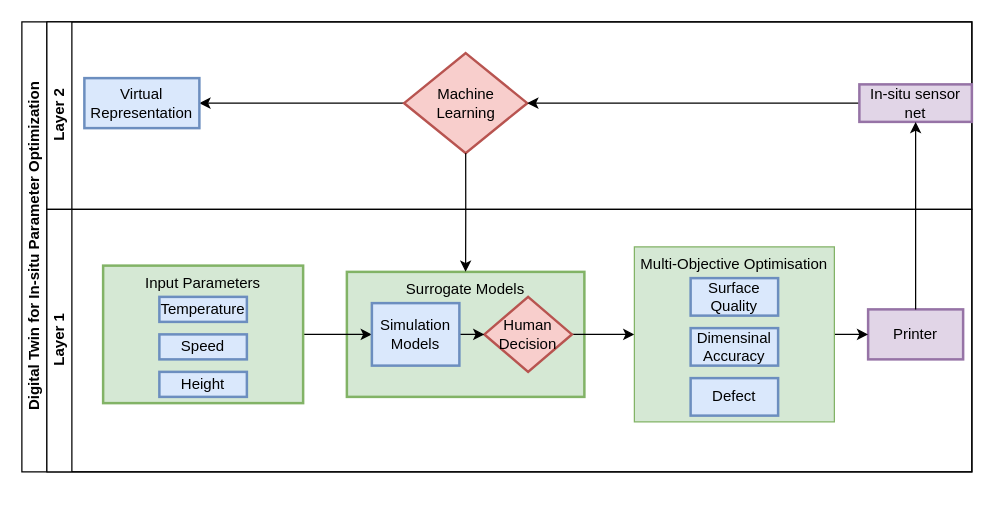
KexinYin-in-UK/In-situ-parameter-optimization keeps this draw.io diagram as 未命名绘图.drawio. Above is the earlier version. Source tidied: cells renumbered, new cells numbered last; positions are measured from the earlier drawing's top-left corner, leaving out a move shared by most shapes. Both pictures are drawn from the tidied source at 125%, with x=0, y=0 at pixel (21, 21).
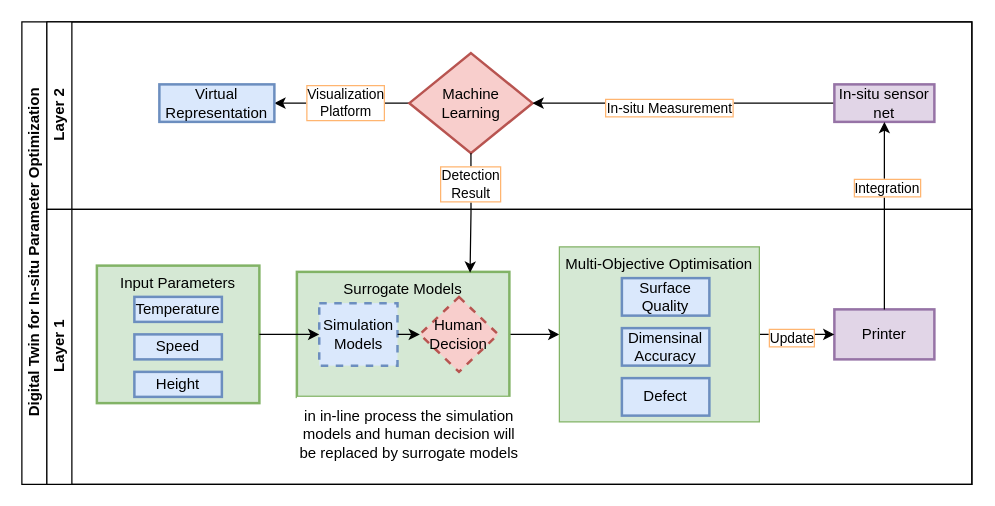
The same page after the edit.

Commit message:
未命名绘图.drawio

Unchanged cells that the change refers to:
```xml
<mxCell id="3" value="Layer 2" style="swimlane;html=1;startSize=20;horizontal=0;" parent="2" vertex="1">
  <mxGeometry x="20" width="740" height="150" as="geometry" />
</mxCell>
<mxCell id="4" style="edgeStyle=orthogonalEdgeStyle;rounded=0;jettySize=auto;html=1;" parent="3" edge="1" source="5" target="8">
  <mxGeometry relative="1" as="geometry" />
</mxCell>
<mxCell id="6" style="edgeStyle=orthogonalEdgeStyle;rounded=0;jettySize=auto;html=1;exitX=0;exitY=0.5;exitDx=0;exitDy=0;entryX=1;entryY=0.5;entryDx=0;entryDy=0;" parent="3" edge="1" source="7" target="5">
  <mxGeometry relative="1" as="geometry" />
</mxCell>
<mxCell id="26" style="edgeStyle=orthogonalEdgeStyle;rounded=0;jettySize=auto;html=1;exitX=0.5;exitY=0;exitDx=0;exitDy=0;entryX=0.5;entryY=1;entryDx=0;entryDy=0;" parent="2" edge="1" source="18" target="7">
  <mxGeometry relative="1" as="geometry" />
</mxCell>
```

Change to the diagram source:
```diff
@@
     <mxCell id="2" value="Digital Twin for In-situ Parameter Optimization" style="swimlane;html=1;horizontal=0;startSize=20;" parent="1" vertex="1">
-      <mxGeometry width="760" height="360" as="geometry" />
+      <mxGeometry width="760" height="370" as="geometry" />
     </mxCell>
@@
+    <mxCell id="28" value="Visualization&lt;br style=&quot;border-color: var(--border-color);&quot;&gt;Platform" style="edgeLabel;html=1;align=center;verticalAlign=middle;labelBorderColor=#FFB570;" parent="4" vertex="1">
+      <mxGeometry x="-0.04" y="-1" relative="1" as="geometry" />
+    </mxCell>
     <mxCell id="5" value="Machine&lt;br&gt;Learning" style="rhombus;whiteSpace=wrap;html=1;fontFamily=Helvetica;fontSize=12;align=center;fillColor=#f8cecc;strokeColor=#b85450;strokeWidth=2;" parent="3" vertex="1">
-      <mxGeometry x="285.8" y="25" width="98.5" height="80" as="geometry" />
+      <mxGeometry x="290" y="25" width="98.5" height="80" as="geometry" />
     </mxCell>
@@
+    <mxCell id="29" value="In-situ Measurement" style="edgeLabel;html=1;align=center;verticalAlign=middle;labelBorderColor=#FFB570;" parent="6" vertex="1">
+      <mxGeometry x="0.1" y="3" relative="1" as="geometry" />
+    </mxCell>
     <mxCell id="7" value="In-situ sensor net" style="rounded=0;whiteSpace=wrap;html=1;fillColor=#e1d5e7;strokeColor=#9673a6;strokeWidth=2;" parent="3" vertex="1">
-      <mxGeometry x="650" y="50" width="90" height="30" as="geometry" />
+      <mxGeometry x="630" y="50" width="80" height="30" as="geometry" />
     </mxCell>
     <mxCell id="8" value="Virtual&lt;br&gt;Representation" style="rounded=0;whiteSpace=wrap;html=1;fontFamily=Helvetica;fontSize=12;align=center;fillColor=#dae8fc;strokeColor=#6c8ebf;strokeWidth=2;" parent="3" vertex="1">
-      <mxGeometry x="30" y="45" width="92" height="40" as="geometry" />
+      <mxGeometry x="90" y="50" width="92" height="30" as="geometry" />
     </mxCell>
     <mxCell id="9" value="Layer 1" style="swimlane;html=1;startSize=20;horizontal=0;" parent="2" vertex="1">
-      <mxGeometry x="20" y="150" width="740" height="210" as="geometry" />
+      <mxGeometry x="20" y="150" width="740" height="220" as="geometry" />
     </mxCell>
-    <mxCell id="10" value="Surrogate Models" style="rounded=0;whiteSpace=wrap;html=1;verticalAlign=top;fillColor=#d5e8d4;strokeColor=#82b366;strokeWidth=2;" parent="9" vertex="1">
-      <mxGeometry x="240" y="50" width="190" height="100" as="geometry" />
-    </mxCell>
-    <mxCell id="11" style="edgeStyle=orthogonalEdgeStyle;rounded=0;jettySize=auto;html=1;exitX=1;exitY=0.5;exitDx=0;exitDy=0;entryX=0;entryY=0.5;entryDx=0;entryDy=0;" parent="9" edge="1" source="12" target="20">
-      <mxGeometry relative="1" as="geometry" />
-    </mxCell>
+    <mxCell id="13" style="edgeStyle=orthogonalEdgeStyle;rounded=0;jettySize=auto;html=1;exitX=1;exitY=0.5;exitDx=0;exitDy=0;entryX=0;entryY=0.5;entryDx=0;entryDy=0;" parent="9" edge="1" source="14" target="22">
+      <mxGeometry relative="1" as="geometry" />
+    </mxCell>
+    <mxCell id="18" value="Printer" style="rounded=0;whiteSpace=wrap;html=1;fillColor=#e1d5e7;strokeColor=#9673a6;strokeWidth=2;" parent="9" vertex="1">
+      <mxGeometry x="630" y="80" width="80" height="40" as="geometry" />
+    </mxCell>
+    <mxCell id="21" style="edgeStyle=orthogonalEdgeStyle;rounded=0;jettySize=auto;html=1;exitX=1;exitY=0.5;exitDx=0;exitDy=0;entryX=0;entryY=0.5;entryDx=0;entryDy=0;" parent="9" edge="1" source="22" target="18">
+      <mxGeometry relative="1" as="geometry" />
+    </mxCell>
+    <mxCell id="30" value="Update" style="edgeLabel;html=1;align=center;verticalAlign=middle;labelBorderColor=#FFB570;" parent="21" vertex="1">
+      <mxGeometry x="-0.16" y="-2" relative="1" as="geometry" />
+    </mxCell>
+    <mxCell id="31" style="group;" parent="9" vertex="1">
+      <mxGeometry x="40" y="45" width="130" height="110" as="geometry" />
+    </mxCell>
-    <mxCell id="12" value="Input Parameters" style="rounded=0;whiteSpace=wrap;html=1;verticalAlign=top;fillColor=#d5e8d4;strokeColor=#82b366;strokeWidth=2;" parent="9" vertex="1">
-      <mxGeometry x="45" y="45" width="160" height="110" as="geometry" />
+    <mxCell id="12" value="Input Parameters" style="rounded=0;whiteSpace=wrap;html=1;verticalAlign=top;fillColor=#d5e8d4;strokeColor=#82b366;strokeWidth=2;" parent="31" vertex="1">
+      <mxGeometry width="130" height="110" as="geometry" />
     </mxCell>
-    <mxCell id="13" style="edgeStyle=orthogonalEdgeStyle;rounded=0;jettySize=auto;html=1;exitX=1;exitY=0.5;exitDx=0;exitDy=0;entryX=0;entryY=0.5;entryDx=0;entryDy=0;" parent="9" edge="1" source="14" target="22">
-      <mxGeometry relative="1" as="geometry" />
-    </mxCell>
-    <mxCell id="14" value="Human&lt;br&gt;Decision" style="rhombus;whiteSpace=wrap;html=1;fontFamily=Helvetica;fontSize=12;align=center;fillColor=#f8cecc;strokeColor=#b85450;strokeWidth=2;" parent="9" vertex="1">
-      <mxGeometry x="350" y="70" width="70" height="60" as="geometry" />
-    </mxCell>
-    <mxCell id="15" value="Temperature" style="rounded=0;whiteSpace=wrap;html=1;fillColor=#dae8fc;strokeColor=#6c8ebf;strokeWidth=2;" parent="9" vertex="1">
-      <mxGeometry x="90" y="70" width="70" height="20" as="geometry" />
+    <mxCell id="15" value="Temperature" style="rounded=0;whiteSpace=wrap;html=1;fillColor=#dae8fc;strokeColor=#6c8ebf;strokeWidth=2;" parent="31" vertex="1">
+      <mxGeometry x="30" y="25" width="70" height="20" as="geometry" />
     </mxCell>
-    <mxCell id="16" value="Speed" style="rounded=0;whiteSpace=wrap;html=1;fillColor=#dae8fc;strokeColor=#6c8ebf;strokeWidth=2;" parent="9" vertex="1">
-      <mxGeometry x="90" y="100" width="70" height="20" as="geometry" />
+    <mxCell id="16" value="Speed" style="rounded=0;whiteSpace=wrap;html=1;fillColor=#dae8fc;strokeColor=#6c8ebf;strokeWidth=2;" parent="31" vertex="1">
+      <mxGeometry x="30" y="55" width="70" height="20" as="geometry" />
     </mxCell>
-    <mxCell id="17" value="Height" style="rounded=0;whiteSpace=wrap;html=1;fillColor=#dae8fc;strokeColor=#6c8ebf;strokeWidth=2;" parent="9" vertex="1">
-      <mxGeometry x="90" y="130" width="70" height="20" as="geometry" />
+    <mxCell id="17" value="Height" style="rounded=0;whiteSpace=wrap;html=1;fillColor=#dae8fc;strokeColor=#6c8ebf;strokeWidth=2;" parent="31" vertex="1">
+      <mxGeometry x="30" y="85" width="70" height="20" as="geometry" />
     </mxCell>
-    <mxCell id="18" value="Printer" style="rounded=0;whiteSpace=wrap;html=1;fillColor=#e1d5e7;strokeColor=#9673a6;strokeWidth=2;" parent="9" vertex="1">
-      <mxGeometry x="657" y="80" width="76" height="40" as="geometry" />
-    </mxCell>
+    <mxCell id="32" style="group;" parent="9" vertex="1">
+      <mxGeometry x="200" y="50" width="170" height="100" as="geometry" />
+    </mxCell>
+    <mxCell id="10" value="Surrogate Models" style="rounded=0;whiteSpace=wrap;html=1;verticalAlign=top;fillColor=#d5e8d4;strokeColor=#82b366;strokeWidth=2;" parent="32" vertex="1">
+      <mxGeometry width="170" height="100" as="geometry" />
+    </mxCell>
+    <mxCell id="14" value="Human&lt;br&gt;Decision" style="rhombus;whiteSpace=wrap;html=1;fontFamily=Helvetica;fontSize=12;align=center;fillColor=#f8cecc;strokeColor=#b85450;strokeWidth=2;dashed=1;" parent="32" vertex="1">
+      <mxGeometry x="98.4" y="20" width="62.6" height="60" as="geometry" />
+    </mxCell>
+    <mxCell id="20" value="Simulation Models" style="rounded=0;whiteSpace=wrap;html=1;fontFamily=Helvetica;fontSize=12;align=center;fillColor=#dae8fc;strokeColor=#6c8ebf;strokeWidth=2;dashed=1;" parent="32" vertex="1">
+      <mxGeometry x="17.9" y="25" width="62.6" height="50" as="geometry" />
+    </mxCell>
-    <mxCell id="19" style="edgeStyle=orthogonalEdgeStyle;rounded=0;jettySize=auto;html=1;exitX=1;exitY=0.5;exitDx=0;exitDy=0;entryX=0;entryY=0.5;entryDx=0;entryDy=0;" parent="9" edge="1" source="20" target="14">
+    <mxCell id="19" style="edgeStyle=orthogonalEdgeStyle;rounded=0;jettySize=auto;html=1;exitX=1;exitY=0.5;exitDx=0;exitDy=0;entryX=0;entryY=0.5;entryDx=0;entryDy=0;" parent="32" edge="1" source="20" target="14">
       <mxGeometry relative="1" as="geometry" />
     </mxCell>
-    <mxCell id="20" value="Simulation Models" style="rounded=0;whiteSpace=wrap;html=1;fontFamily=Helvetica;fontSize=12;align=center;fillColor=#dae8fc;strokeColor=#6c8ebf;strokeWidth=2;" parent="9" vertex="1">
-      <mxGeometry x="260" y="75" width="70" height="50" as="geometry" />
-    </mxCell>
-    <mxCell id="21" style="edgeStyle=orthogonalEdgeStyle;rounded=0;jettySize=auto;html=1;exitX=1;exitY=0.5;exitDx=0;exitDy=0;entryX=0;entryY=0.5;entryDx=0;entryDy=0;" parent="9" edge="1" source="22" target="18">
-      <mxGeometry relative="1" as="geometry" />
-    </mxCell>
+    <mxCell id="33" style="group;" parent="9" vertex="1">
+      <mxGeometry x="410" y="30" width="160" height="140" as="geometry" />
+    </mxCell>
-    <mxCell id="22" value="Multi-Objective Optimisation" style="rounded=0;whiteSpace=wrap;html=1;fillColor=#d5e8d4;strokeColor=#82b366;verticalAlign=top;" parent="9" vertex="1">
-      <mxGeometry x="470" y="30" width="160" height="140" as="geometry" />
+    <mxCell id="22" value="Multi-Objective Optimisation" style="rounded=0;whiteSpace=wrap;html=1;fillColor=#d5e8d4;strokeColor=#82b366;verticalAlign=top;" parent="33" vertex="1">
+      <mxGeometry width="160" height="140" as="geometry" />
     </mxCell>
-    <mxCell id="23" value="Surface Quality" style="rounded=0;whiteSpace=wrap;html=1;fillColor=#dae8fc;strokeColor=#6c8ebf;strokeWidth=2;" parent="9" vertex="1">
-      <mxGeometry x="515" y="55" width="70" height="30" as="geometry" />
+    <mxCell id="23" value="Surface Quality" style="rounded=0;whiteSpace=wrap;html=1;fillColor=#dae8fc;strokeColor=#6c8ebf;strokeWidth=2;" parent="33" vertex="1">
+      <mxGeometry x="50" y="25" width="70" height="30" as="geometry" />
     </mxCell>
-    <mxCell id="24" value="Dimensinal Accuracy" style="rounded=0;whiteSpace=wrap;html=1;fillColor=#dae8fc;strokeColor=#6c8ebf;strokeWidth=2;" parent="9" vertex="1">
-      <mxGeometry x="515" y="95" width="70" height="30" as="geometry" />
+    <mxCell id="24" value="Dimensinal Accuracy" style="rounded=0;whiteSpace=wrap;html=1;fillColor=#dae8fc;strokeColor=#6c8ebf;strokeWidth=2;" parent="33" vertex="1">
+      <mxGeometry x="50" y="65" width="70" height="30" as="geometry" />
     </mxCell>
-    <mxCell id="25" value="Defect" style="rounded=0;whiteSpace=wrap;html=1;fillColor=#dae8fc;strokeColor=#6c8ebf;strokeWidth=2;" parent="9" vertex="1">
-      <mxGeometry x="515" y="135" width="70" height="30" as="geometry" />
+    <mxCell id="25" value="Defect" style="rounded=0;whiteSpace=wrap;html=1;fillColor=#dae8fc;strokeColor=#6c8ebf;strokeWidth=2;" parent="33" vertex="1">
+      <mxGeometry x="50" y="105" width="70" height="30" as="geometry" />
     </mxCell>
+    <mxCell id="11" style="edgeStyle=orthogonalEdgeStyle;rounded=0;jettySize=auto;html=1;exitX=1;exitY=0.5;exitDx=0;exitDy=0;entryX=0;entryY=0.5;entryDx=0;entryDy=0;" parent="9" edge="1" source="12" target="20">
+      <mxGeometry relative="1" as="geometry" />
+    </mxCell>
+    <mxCell id="34" value="in in-line process the simulation models and human decision will be replaced by surrogate models" style="rounded=0;whiteSpace=wrap;html=1;strokeColor=none;" parent="9" vertex="1">
+      <mxGeometry x="200" y="150" width="180" height="60" as="geometry" />
+    </mxCell>
@@
+    <mxCell id="35" value="Integration" style="edgeLabel;html=1;align=center;verticalAlign=middle;labelBorderColor=#FFB570;" parent="26" vertex="1">
+      <mxGeometry x="0.3" y="-1" relative="1" as="geometry" />
+    </mxCell>
-    <mxCell id="27" style="edgeStyle=orthogonalEdgeStyle;rounded=0;jettySize=auto;html=1;exitX=0.5;exitY=1;exitDx=0;exitDy=0;entryX=0.5;entryY=0;entryDx=0;entryDy=0;" parent="2" edge="1" source="5" target="10">
+    <mxCell id="27" style="edgeStyle=orthogonalEdgeStyle;rounded=0;jettySize=auto;html=1;exitX=0.5;exitY=1;exitDx=0;exitDy=0;entryX=0.815;entryY=0.007;entryDx=0;entryDy=0;entryPerimeter=0;" parent="2" edge="1" source="5" target="10">
       <mxGeometry relative="1" as="geometry" />
     </mxCell>
+    <mxCell id="36" value="Detection&lt;br&gt;Result" style="edgeLabel;html=1;align=center;verticalAlign=middle;labelBorderColor=#FFB570;" parent="27" vertex="1">
+      <mxGeometry x="-0.35" y="-1" relative="1" as="geometry">
+        <mxPoint y="-7" as="offset" />
+      </mxGeometry>
+    </mxCell>
```
